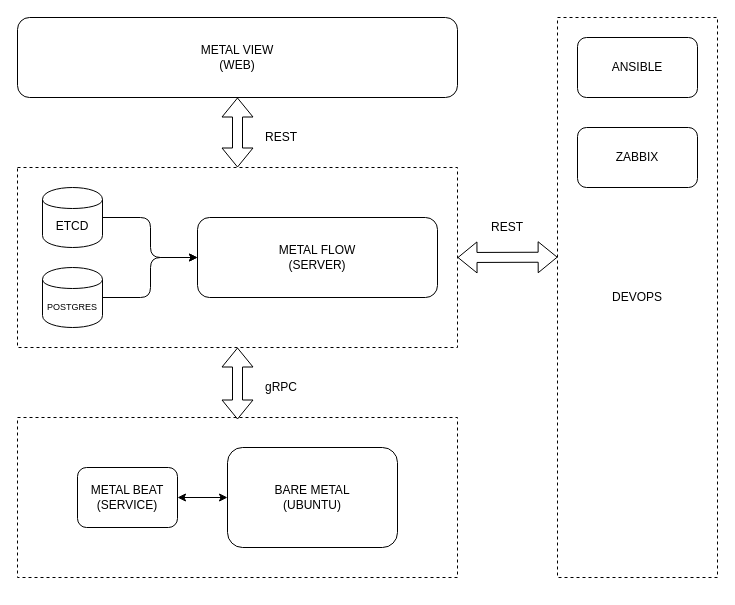
craftslab/metalflow keeps this draw.io diagram as design.drawio. Above is the earlier version. Source tidied: cells renumbered, new cells numbered last; positions are measured from the earlier drawing's top-left corner, leaving out a move shared by most shapes. Both pictures are drawn from the tidied source at 100%, with x=0, y=0 at pixel (17, 17).
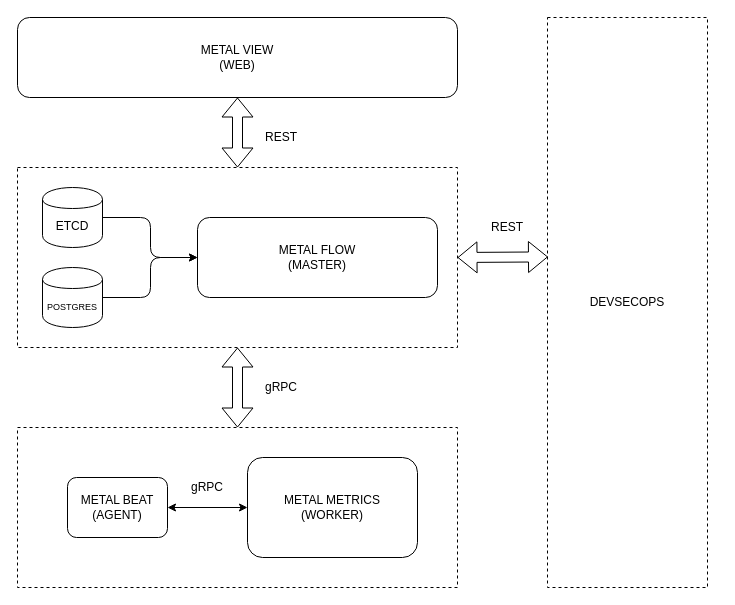
Above is the later version.

The change refers to these unchanged cells:
```xml
<mxCell id="2" style="rounded=0;whiteSpace=wrap;html=1;dashed=1;" parent="1" vertex="1">
  <mxGeometry y="150" width="440" height="180" as="geometry" />
</mxCell>
```

The edit, as a diff of the source:
```diff
@@
     <mxCell id="3" style="rounded=0;whiteSpace=wrap;html=1;dashed=1;" parent="1" vertex="1">
-      <mxGeometry y="400" width="440" height="160" as="geometry" />
+      <mxGeometry y="410" width="440" height="160" as="geometry" />
     </mxCell>
-    <mxCell id="4" value="METAL FLOW&lt;br&gt;(SERVER)" style="rounded=1;whiteSpace=wrap;html=1;" parent="1" vertex="1">
+    <mxCell id="4" value="METAL FLOW&lt;br&gt;(MASTER)" style="rounded=1;whiteSpace=wrap;html=1;" parent="1" vertex="1">
       <mxGeometry x="180" y="200" width="240" height="80" as="geometry" />
     </mxCell>
-    <mxCell id="5" value="METAL BEAT&lt;br&gt;(SERVICE)" style="rounded=1;whiteSpace=wrap;html=1;" parent="1" vertex="1">
-      <mxGeometry x="60" y="450" width="100" height="60" as="geometry" />
+    <mxCell id="5" value="METAL BEAT&lt;br&gt;(AGENT)" style="rounded=1;whiteSpace=wrap;html=1;" parent="1" vertex="1">
+      <mxGeometry x="50" y="460" width="100" height="60" as="geometry" />
     </mxCell>
-    <mxCell id="6" value="BARE METAL&lt;br&gt;(UBUNTU)" style="rounded=1;whiteSpace=wrap;html=1;" parent="1" vertex="1">
-      <mxGeometry x="210" y="430" width="170" height="100" as="geometry" />
+    <mxCell id="6" value="METAL METRICS&lt;br&gt;(WORKER)" style="rounded=1;whiteSpace=wrap;html=1;" parent="1" vertex="1">
+      <mxGeometry x="230" y="440" width="170" height="100" as="geometry" />
     </mxCell>
@@
-    <mxCell id="13" style="shape=flexArrow;endArrow=classic;startArrow=classic;html=1;entryX=0.5;entryY=1;entryDx=0;entryDy=0;" parent="1" edge="1" target="2">
-      <mxGeometry relative="1" as="geometry">
-        <mxPoint x="220" y="402" as="sourcePoint" />
-      </mxGeometry>
+    <mxCell id="13" style="shape=flexArrow;endArrow=classic;startArrow=classic;html=1;entryX=0.5;entryY=1;entryDx=0;entryDy=0;exitX=0.5;exitY=0;exitDx=0;exitDy=0;" parent="1" edge="1" source="3" target="2">
+      <mxGeometry relative="1" as="geometry" />
     </mxCell>
@@
-    <mxCell id="15" value="DEVOPS" style="rounded=0;whiteSpace=wrap;html=1;dashed=1;" parent="1" vertex="1">
-      <mxGeometry x="540" width="160" height="560" as="geometry" />
+    <mxCell id="15" value="DEVSECOPS" style="rounded=0;whiteSpace=wrap;html=1;dashed=1;" parent="1" vertex="1">
+      <mxGeometry x="530" width="160" height="570" as="geometry" />
     </mxCell>
-    <mxCell id="16" style="shape=flexArrow;endArrow=classic;startArrow=classic;html=1;exitX=1;exitY=0.5;exitDx=0;exitDy=0;entryX=0.001;entryY=0.428;entryDx=0;entryDy=0;entryPerimeter=0;" parent="1" edge="1" source="2" target="15">
+    <mxCell id="16" style="shape=flexArrow;endArrow=classic;startArrow=classic;html=1;exitX=1;exitY=0.5;exitDx=0;exitDy=0;entryX=0.003;entryY=0.42;entryDx=0;entryDy=0;entryPerimeter=0;" parent="1" edge="1" source="2" target="15">
       <mxGeometry relative="1" as="geometry" />
     </mxCell>
@@
-    <mxCell id="20" value="ANSIBLE" style="rounded=1;whiteSpace=wrap;html=1;" parent="1" vertex="1">
-      <mxGeometry x="560" y="20" width="120" height="60" as="geometry" />
+    <mxCell id="20" value="gRPC" style="text;html=1;strokeColor=none;fillColor=none;align=center;verticalAlign=middle;whiteSpace=wrap;rounded=0;" parent="1" vertex="1">
+      <mxGeometry x="170" y="460" width="40" height="20" as="geometry" />
     </mxCell>
-    <mxCell id="21" value="ZABBIX" style="rounded=1;whiteSpace=wrap;html=1;" parent="1" vertex="1">
-      <mxGeometry x="560" y="110" width="120" height="60" as="geometry" />
-    </mxCell>
```
